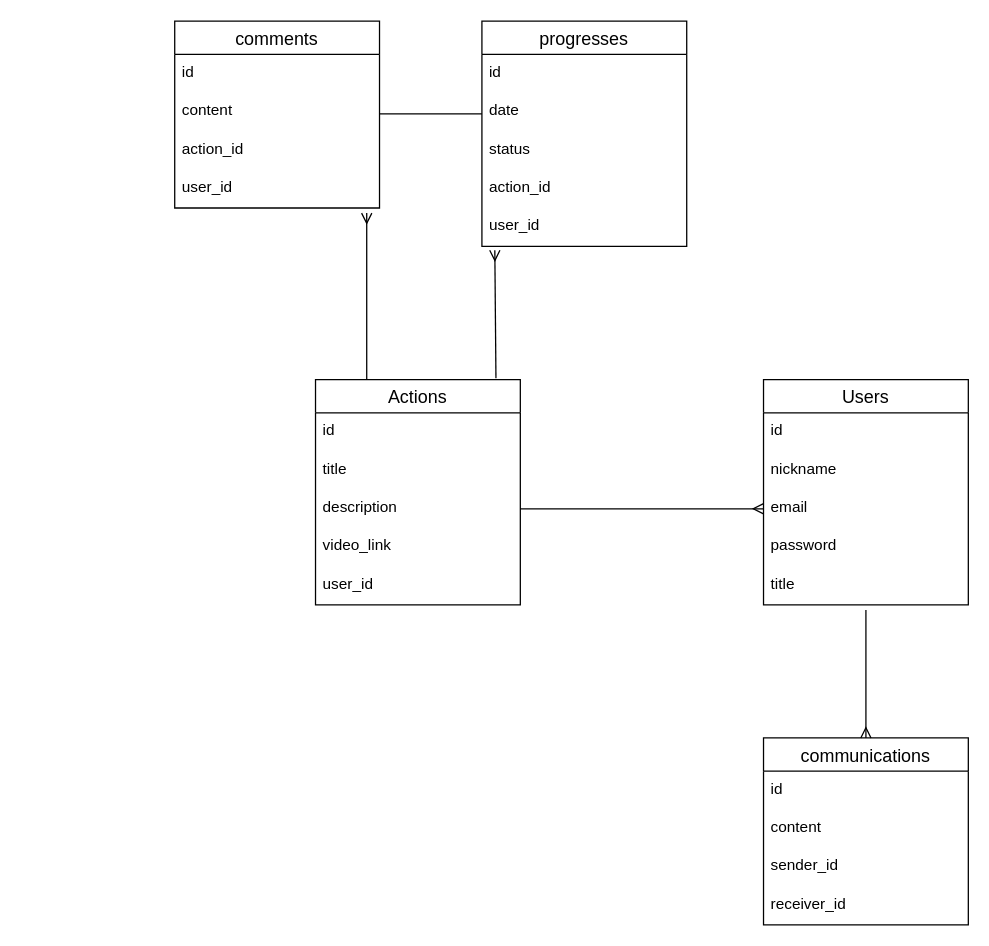
Earlier version of the draw.io diagram ER.dio (chorori/habit_surprise). Source tidied: cells renumbered, new cells numbered last; positions are measured from the earlier drawing's top-left corner, leaving out a move shared by most shapes. Both pictures are drawn from the tidied source at 128%, with x=0, y=0 at pixel (174, 20).
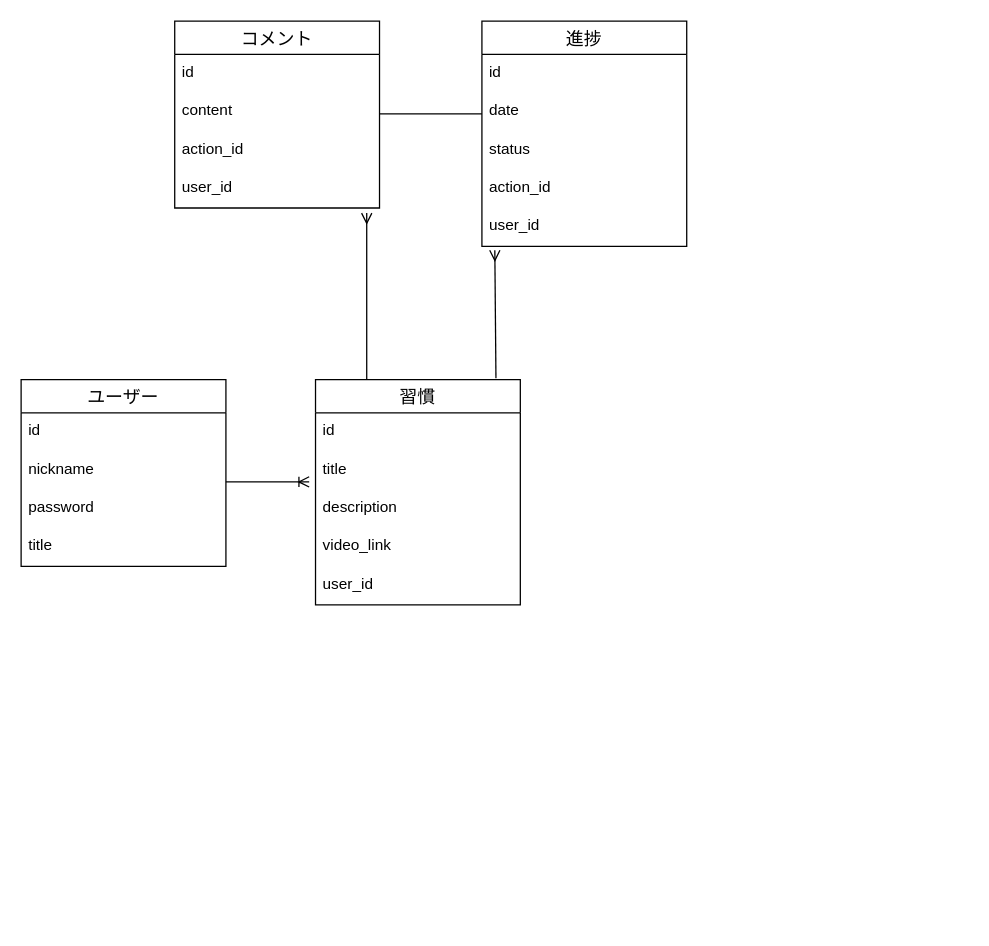
The same page after the edit.

The change refers to these unchanged cells:
```xml
<mxCell id="12" value="title" style="text;strokeColor=none;fillColor=none;spacingLeft=4;spacingRight=4;overflow=hidden;points=[[0,0.5],[1,0.5]];portConstraint=eastwest;fontSize=12;" parent="10" vertex="1">
  <mxGeometry y="56" width="160" height="30" as="geometry" />
</mxCell>
<mxCell id="13" value="description" style="text;strokeColor=none;fillColor=none;spacingLeft=4;spacingRight=4;overflow=hidden;points=[[0,0.5],[1,0.5]];portConstraint=eastwest;fontSize=12;" parent="10" vertex="1">
  <mxGeometry y="86" width="160" height="30" as="geometry" />
</mxCell>
```

Change to the diagram source:
```diff
@@
-    <mxCell id="2" value="Users" style="swimlane;fontStyle=0;horizontal=1;startSize=26;align=center;fontSize=14;" parent="1" vertex="1">
-      <mxGeometry x="460" y="280" width="160" height="176" as="geometry" />
+    <mxCell id="2" value="ユーザー" style="swimlane;fontStyle=0;horizontal=1;startSize=26;align=center;fontSize=14;" parent="1" vertex="1">
+      <mxGeometry x="-120" y="280" width="160" height="146" as="geometry" />
     </mxCell>
@@
-    <mxCell id="5" value="email" style="text;strokeColor=none;fillColor=none;spacingLeft=4;spacingRight=4;overflow=hidden;points=[[0,0.5],[1,0.5]];portConstraint=eastwest;fontSize=12;" parent="2" vertex="1">
-      <mxGeometry y="86" width="160" height="30" as="geometry" />
-    </mxCell>
     <mxCell id="6" value="password" style="text;strokeColor=none;fillColor=none;spacingLeft=4;spacingRight=4;overflow=hidden;fontSize=12;" parent="2" vertex="1">
-      <mxGeometry y="116" width="160" height="30" as="geometry" />
+      <mxGeometry y="86" width="160" height="30" as="geometry" />
     </mxCell>
     <mxCell id="7" value="title" style="text;strokeColor=none;fillColor=none;spacingLeft=4;spacingRight=4;overflow=hidden;fontSize=12;" parent="2" vertex="1">
-      <mxGeometry y="146" width="160" height="30" as="geometry" />
+      <mxGeometry y="116" width="160" height="30" as="geometry" />
     </mxCell>
@@
-    <mxCell id="10" value="Actions" style="swimlane;fontStyle=0;horizontal=1;startSize=26;align=center;fontSize=14;" parent="1" vertex="1">
+    <mxCell id="10" value="習慣" style="swimlane;fontStyle=0;horizontal=1;startSize=26;align=center;fontSize=14;" parent="1" vertex="1">
       <mxGeometry x="110" y="280" width="160" height="176" as="geometry" />
     </mxCell>
@@
-    <mxCell id="16" value="progresses" style="swimlane;fontStyle=0;horizontal=1;startSize=26;align=center;fontSize=14;" parent="1" vertex="1">
+    <mxCell id="16" value="進捗" style="swimlane;fontStyle=0;horizontal=1;startSize=26;align=center;fontSize=14;" parent="1" vertex="1">
       <mxGeometry x="240" width="160" height="176" as="geometry" />
     </mxCell>
@@
-    <mxCell id="22" value="comments" style="swimlane;fontStyle=0;horizontal=1;startSize=26;align=center;fontSize=14;" parent="1" vertex="1">
+    <mxCell id="22" value="コメント" style="swimlane;fontStyle=0;horizontal=1;startSize=26;align=center;fontSize=14;" parent="1" vertex="1">
       <mxGeometry width="160" height="146" as="geometry" />
     </mxCell>
@@
-    <mxCell id="27" value="communications" style="swimlane;fontStyle=0;horizontal=1;startSize=26;align=center;fontSize=14;" parent="1" vertex="1">
-      <mxGeometry x="460" y="560" width="160" height="146" as="geometry" />
-    </mxCell>
-    <mxCell id="28" value="id" style="text;strokeColor=none;fillColor=none;spacingLeft=4;spacingRight=4;overflow=hidden;fontSize=12;" parent="27" vertex="1">
-      <mxGeometry y="26" width="160" height="30" as="geometry" />
-    </mxCell>
-    <mxCell id="29" value="content" style="text;strokeColor=none;fillColor=none;spacingLeft=4;spacingRight=4;overflow=hidden;fontSize=12;" parent="27" vertex="1">
-      <mxGeometry y="56" width="160" height="30" as="geometry" />
-    </mxCell>
-    <mxCell id="30" value="sender_id" style="text;strokeColor=none;fillColor=none;spacingLeft=4;spacingRight=4;overflow=hidden;fontSize=12;" parent="27" vertex="1">
-      <mxGeometry y="86" width="160" height="30" as="geometry" />
-    </mxCell>
-    <mxCell id="31" value="receiver_id" style="text;strokeColor=none;fillColor=none;spacingLeft=4;spacingRight=4;overflow=hidden;fontSize=12;" parent="27" vertex="1">
-      <mxGeometry y="116" width="160" height="30" as="geometry" />
-    </mxCell>
-    <mxCell id="32" style="edgeStyle=none;html=1;exitX=1;exitY=0.5;exitDx=0;exitDy=0;entryX=0;entryY=0.5;entryDx=0;entryDy=0;endArrow=ERmany;endFill=0;" parent="1" edge="1" source="13" target="5">
-      <mxGeometry relative="1" as="geometry" />
-    </mxCell>
-    <mxCell id="33" style="edgeStyle=none;html=1;entryX=0.5;entryY=0;entryDx=0;entryDy=0;endArrow=ERmany;endFill=0;" parent="1" edge="1" target="27">
-      <mxGeometry relative="1" as="geometry">
-        <mxPoint x="540" y="460" as="sourcePoint" />
-      </mxGeometry>
-    </mxCell>
@@
+    <mxCell id="35" style="edgeStyle=entityRelationEdgeStyle;fontSize=12;html=1;endArrow=ERoneToMany;entryX=-0.031;entryY=0.8;entryDx=0;entryDy=0;entryPerimeter=0;" parent="1" edge="1" target="12">
+      <mxGeometry relative="1" as="geometry">
+        <mxPoint x="40" y="360" as="sourcePoint" />
+      </mxGeometry>
+    </mxCell>
```
